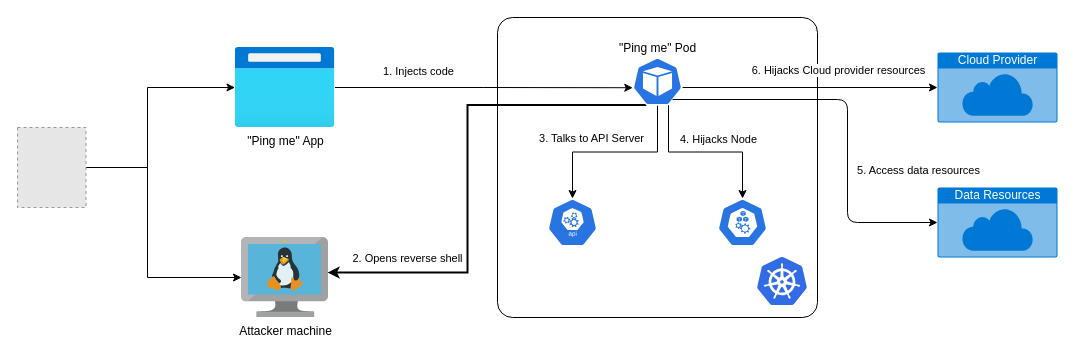
Before: docs/hijack-kubernetes.drawio in nmeisenzahl/hijack-kubernetes, a draw.io diagram. Source tidied: cells renumbered, new cells numbered last; positions are measured from the earlier drawing's top-left corner, leaving out a move shared by most shapes. Both pictures are drawn from the tidied source at 100%, with x=0, y=0 at pixel (17, 17). Pictures stored in the file or linked from it are replaced by grey dashed boxes.
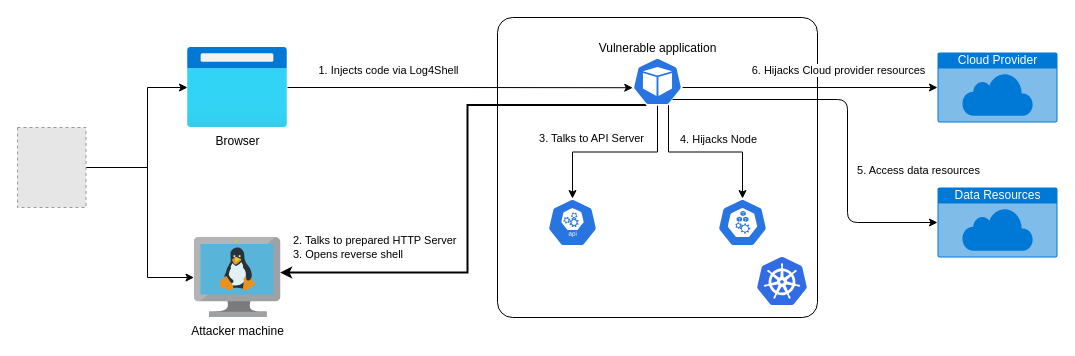
The same page after the edit.

The change refers to these unchanged cells:
```xml
<mxCell id="5" style="edgeStyle=orthogonalEdgeStyle;rounded=0;jettySize=auto;html=1;" parent="1" edge="1" source="8" target="4">
  <mxGeometry relative="1" as="geometry">
    <Array as="points">
      <mxPoint x="130" y="150" />
      <mxPoint x="130" y="70" />
    </Array>
  </mxGeometry>
</mxCell>
<mxCell id="10" style="edgeStyle=orthogonalEdgeStyle;rounded=0;jettySize=auto;html=1;exitX=0.28;exitY=0.99;exitDx=0;exitDy=0;exitPerimeter=0;entryX=0.989;entryY=0.438;entryDx=0;entryDy=0;entryPerimeter=0;strokeWidth=2;" parent="1" edge="1" source="17" target="18">
  <mxGeometry relative="1" as="geometry">
    <Array as="points">
      <mxPoint x="450" y="88" />
      <mxPoint x="450" y="255" />
    </Array>
  </mxGeometry>
</mxCell>
```

What changed in the source:
```diff
@@
-    <mxCell id="4" value="&quot;Ping me&quot; App" style="html=1;points=[];align=center;image;fontSize=12;image=img/lib/azure2/general/Browser.svg;" parent="1" vertex="1">
-      <mxGeometry x="217.5" y="30" width="100" height="80" as="geometry" />
+    <mxCell id="4" value="Browser" style="html=1;points=[];align=center;image;fontSize=12;image=img/lib/azure2/general/Browser.svg;" parent="1" vertex="1">
+      <mxGeometry x="170" y="30" width="100" height="80" as="geometry" />
     </mxCell>
@@
-    <mxCell id="6" value="1. Injects code" style="edgeLabel;html=1;align=center;verticalAlign=top;labelPosition=center;verticalLabelPosition=bottom;" parent="5" vertex="1">
+    <mxCell id="6" value="1. Injects code via Log4Shell" style="edgeLabel;html=1;align=center;verticalAlign=top;labelPosition=center;verticalLabelPosition=bottom;" parent="5" vertex="1">
       <mxGeometry x="0.2" y="1" relative="1" as="geometry">
-        <mxPoint x="271" y="-34" as="offset" />
+        <mxPoint x="241" y="-63" as="offset" />
       </mxGeometry>
     </mxCell>
@@
-    <mxCell id="11" value="2. Opens reverse shell" style="edgeLabel;html=1;align=center;verticalAlign=middle;" parent="10" vertex="1">
+    <mxCell id="11" value="2. Talks to prepared HTTP Server&lt;br&gt;3. Opens reverse shell" style="edgeLabel;html=1;align=left;verticalAlign=middle;" parent="10" vertex="1">
       <mxGeometry x="0.49" relative="1" as="geometry">
-        <mxPoint x="-45" y="-15" as="offset" />
+        <mxPoint x="-125" y="-26" as="offset" />
       </mxGeometry>
     </mxCell>
@@
-    <mxCell id="17" value="&quot;Ping me&quot; Pod" style="html=1;dashed=0;whitespace=wrap;fillColor=#2875E2;strokeColor=#ffffff;points=[[0.005,0.63,0],[0.1,0.2,0],[0.9,0.2,0],[0.5,0,0],[0.995,0.63,0],[0.72,0.99,0],[0.5,1,0],[0.28,0.99,0]];shape=mxgraph.kubernetes.icon;prIcon=pod;labelPosition=center;verticalLabelPosition=top;align=center;verticalAlign=bottom;" parent="1" vertex="1">
+    <mxCell id="17" value="Vulnerable application" style="html=1;dashed=0;whitespace=wrap;fillColor=#2875E2;strokeColor=#ffffff;points=[[0.005,0.63,0],[0.1,0.2,0],[0.9,0.2,0],[0.5,0,0],[0.995,0.63,0],[0.72,0.99,0],[0.5,1,0],[0.28,0.99,0]];shape=mxgraph.kubernetes.icon;prIcon=pod;labelPosition=center;verticalLabelPosition=top;align=center;verticalAlign=bottom;" parent="1" vertex="1">
       <mxGeometry x="615" y="40" width="50" height="48" as="geometry" />
     </mxCell>
     <mxCell id="18" value="Attacker machine" style="html=1;points=[];align=center;image;fontSize=12;image=img/lib/mscae/VM_Linux.svg;" parent="1" vertex="1">
-      <mxGeometry x="224" y="220" width="87" height="80" as="geometry" />
+      <mxGeometry x="176.5" y="220" width="87" height="80" as="geometry" />
     </mxCell>
```
